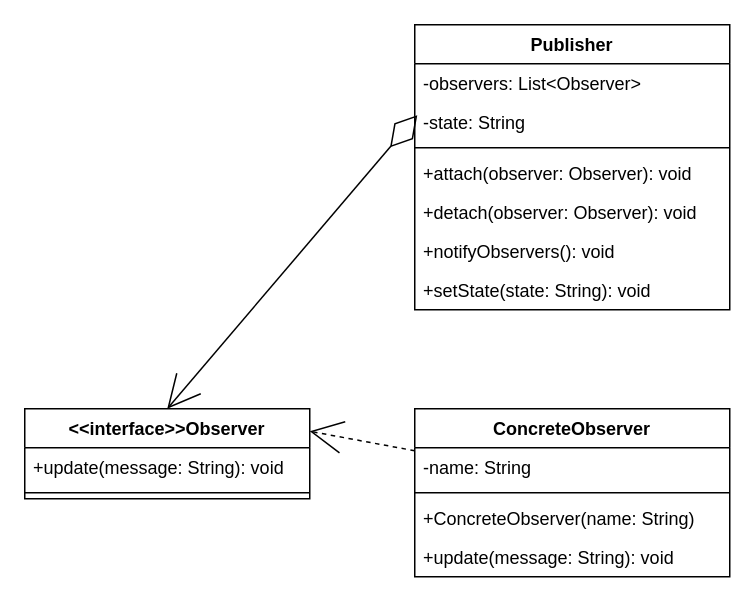
Earlier version of the draw.io diagram design_patterns/observerPattern/src/main/resources/docs/observer.drawio (Otavio-CB/bertoti). Source tidied: cells renumbered, new cells numbered last; positions are measured from the earlier drawing's top-left corner, leaving out a move shared by most shapes. Both pictures are drawn from the tidied source at 150%, with x=0, y=0 at pixel (24, 24).
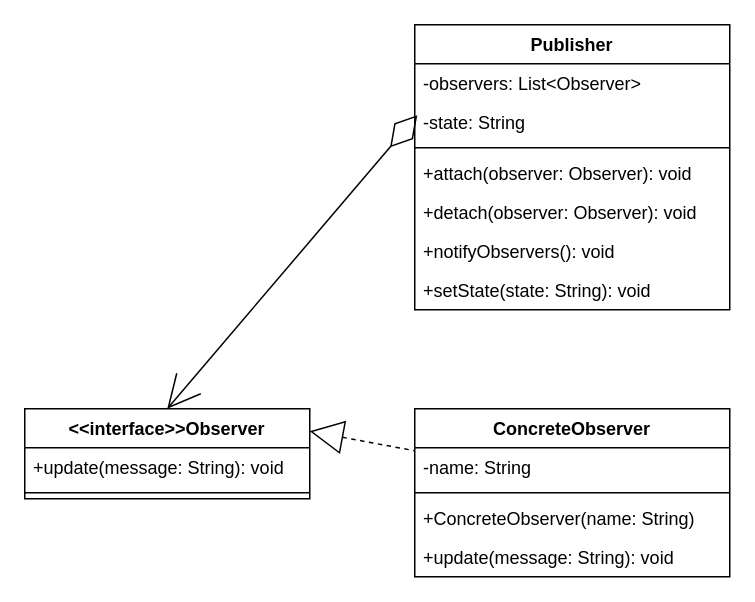
Above is the later version.

The edit, as a diff of the source:
```diff
@@
 <mxGraphModel>
   <root>
     <mxCell id="0" />
     <mxCell id="1" parent="0" />
     <mxCell id="2" value="&lt;&lt;interface&gt;&gt;Observer" style="swimlane;fontStyle=1;horizontal=1;startSize=26;" parent="1" vertex="1">
       <mxGeometry y="256" width="190" height="60" as="geometry" />
     </mxCell>
     <mxCell id="3" value="+update(message: String): void" style="text;strokeColor=none;fillColor=none;align=left;verticalAlign=top;spacingLeft=4;spacingRight=4;overflow=hidden;" parent="2" vertex="1">
       <mxGeometry y="26" width="190" height="26" as="geometry" />
     </mxCell>
     <mxCell id="4" style="line;strokeWidth=1;fillColor=none;align=left;verticalAlign=middle;spacingTop=-1;spacingLeft=3;spacingRight=3;labelPosition=right;" parent="2" vertex="1">
       <mxGeometry y="52" width="190" height="8" as="geometry" />
     </mxCell>
     <mxCell id="5" value="Publisher" style="swimlane;fontStyle=1;horizontal=1;startSize=26;" parent="1" vertex="1">
       <mxGeometry x="260" width="210" height="190" as="geometry" />
     </mxCell>
     <mxCell id="6" value="-observers: List&lt;Observer&gt;" style="text;strokeColor=none;fillColor=none;align=left;verticalAlign=top;spacingLeft=4;spacingRight=4;overflow=hidden;" parent="5" vertex="1">
       <mxGeometry y="26" width="210" height="26" as="geometry" />
     </mxCell>
     <mxCell id="7" value="-state: String" style="text;strokeColor=none;fillColor=none;align=left;verticalAlign=top;spacingLeft=4;spacingRight=4;overflow=hidden;points=[[0,0.5],[1,0.5]];portConstraint=eastwest;" parent="5" vertex="1">
       <mxGeometry y="52" width="210" height="26" as="geometry" />
     </mxCell>
     <mxCell id="8" style="line;strokeWidth=1;fillColor=none;align=left;verticalAlign=middle;spacingTop=-1;spacingLeft=3;spacingRight=3;labelPosition=right;" parent="5" vertex="1">
       <mxGeometry y="78" width="210" height="8" as="geometry" />
     </mxCell>
     <mxCell id="9" value="+attach(observer: Observer): void" style="text;strokeColor=none;fillColor=none;align=left;verticalAlign=top;spacingLeft=4;spacingRight=4;overflow=hidden;" parent="5" vertex="1">
       <mxGeometry y="86" width="210" height="26" as="geometry" />
     </mxCell>
     <mxCell id="10" value="+detach(observer: Observer): void" style="text;strokeColor=none;fillColor=none;align=left;verticalAlign=top;spacingLeft=4;spacingRight=4;overflow=hidden;" parent="5" vertex="1">
       <mxGeometry y="112" width="210" height="26" as="geometry" />
     </mxCell>
     <mxCell id="11" value="+notifyObservers(): void" style="text;strokeColor=none;fillColor=none;align=left;verticalAlign=top;spacingLeft=4;spacingRight=4;overflow=hidden;" parent="5" vertex="1">
       <mxGeometry y="138" width="210" height="26" as="geometry" />
     </mxCell>
     <mxCell id="12" value="+setState(state: String): void" style="text;strokeColor=none;fillColor=none;align=left;verticalAlign=top;spacingLeft=4;spacingRight=4;overflow=hidden;" parent="5" vertex="1">
       <mxGeometry y="164" width="210" height="26" as="geometry" />
     </mxCell>
     <mxCell id="13" value="ConcreteObserver" style="swimlane;fontStyle=1;horizontal=1;startSize=26;" parent="1" vertex="1">
       <mxGeometry x="260" y="256" width="210" height="112" as="geometry" />
     </mxCell>
     <mxCell id="14" value="-name: String" style="text;strokeColor=none;fillColor=none;align=left;verticalAlign=top;spacingLeft=4;spacingRight=4;overflow=hidden;" parent="13" vertex="1">
       <mxGeometry y="26" width="210" height="26" as="geometry" />
     </mxCell>
     <mxCell id="15" style="line;strokeWidth=1;fillColor=none;align=left;verticalAlign=middle;spacingTop=-1;spacingLeft=3;spacingRight=3;labelPosition=right;" parent="13" vertex="1">
       <mxGeometry y="52" width="210" height="8" as="geometry" />
     </mxCell>
     <mxCell id="16" value="+ConcreteObserver(name: String)" style="text;strokeColor=none;fillColor=none;align=left;verticalAlign=top;spacingLeft=4;spacingRight=4;overflow=hidden;" parent="13" vertex="1">
       <mxGeometry y="60" width="210" height="26" as="geometry" />
     </mxCell>
     <mxCell id="17" value="+update(message: String): void" style="text;strokeColor=none;fillColor=none;align=left;verticalAlign=top;spacingLeft=4;spacingRight=4;overflow=hidden;" parent="13" vertex="1">
       <mxGeometry y="86" width="210" height="26" as="geometry" />
     </mxCell>
-    <mxCell id="18" style="endArrow=none;dashed=1;html=1;rounded=0;exitX=1;exitY=0.25;exitDx=0;exitDy=0;entryX=0;entryY=0.25;entryDx=0;entryDy=0;endSize=12;startSize=20;endFill=0;startArrow=open;startFill=0;" parent="1" edge="1" source="2" target="13">
+    <mxCell id="18" style="endArrow=none;dashed=1;html=1;rounded=0;exitX=1;exitY=0.25;exitDx=0;exitDy=0;entryX=0;entryY=0.25;entryDx=0;entryDy=0;endSize=12;startSize=20;endFill=0;startArrow=block;startFill=0;" parent="1" edge="1" source="2" target="13">
       <mxGeometry relative="1" as="geometry" />
     </mxCell>
     <mxCell id="19" style="endArrow=diamondThin;html=1;rounded=0;entryX=0.008;entryY=0.321;entryDx=0;entryDy=0;entryPerimeter=0;exitX=0.5;exitY=0;exitDx=0;exitDy=0;endFill=0;startSize=20;endSize=25;startArrow=open;startFill=0;" parent="1" edge="1" source="2" target="7">
       <mxGeometry relative="1" as="geometry" />
     </mxCell>
   </root>
 </mxGraphModel>
```
